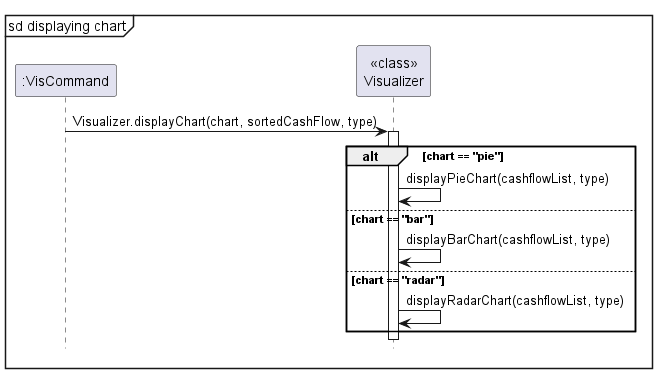
nus-cs2113-AY2324S1/tp keeps this PlantUML diagram as docs/images/vis/visualizerSequence.png. Above is the earlier version.
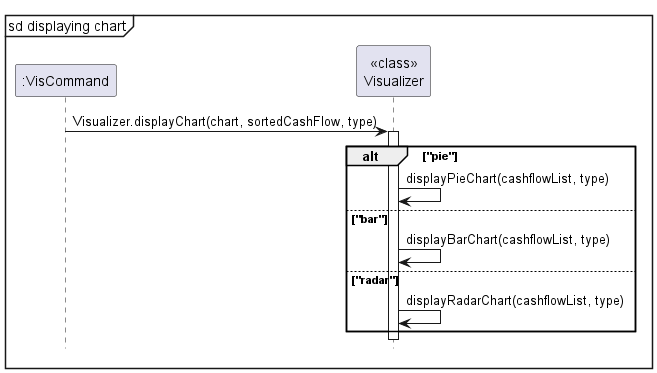
After the commit.

Commit message:
Fix DG sequence diagram for cat and vis

The edit, as a diff of the source:
```diff
@@ -9,11 +9,11 @@
 
 activate "<<class>>\nVisualizer"
 
-alt chart == "pie"
+alt "pie"
     "<<class>>\nVisualizer" -> "<<class>>\nVisualizer": displayPieChart(cashflowList, type)
-else chart == "bar"
+else "bar"
     "<<class>>\nVisualizer" -> "<<class>>\nVisualizer": displayBarChart(cashflowList, type)
-else chart == "radar"
+else "radar"
     "<<class>>\nVisualizer" -> "<<class>>\nVisualizer": displayRadarChart(cashflowList, type)
 end
 
```
